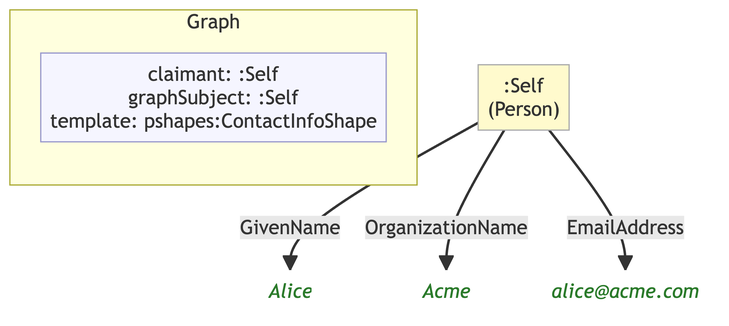
Earlier version of the Mermaid export example/graphs/images/graph-16.png (MeeFoundation/mia-ontologies). Its source is kept beside it as example/graphs/images/graph-16.mmd.
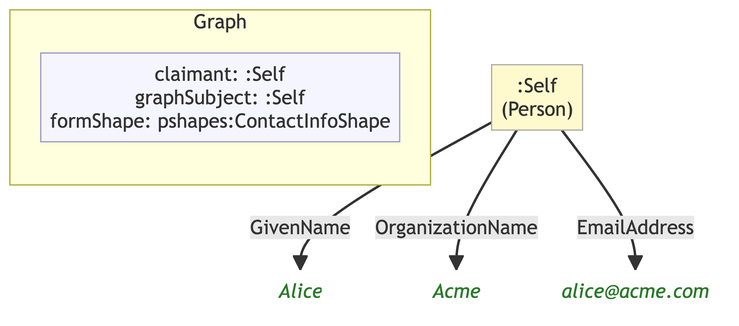
The same diagram one commit later.

The edit, as a diff of the source:
```diff
@@ -7,14 +7,14 @@
 
     subgraph ctx["Graph"]
         direction LR
-        ctx_meta["claimant: :Self\ngraphSubject: :Self\ntemplate: pshapes:ContactInfoShape"]:::meta
+        ctx_meta["claimant: :Self\ngraphSubject: :Self\nformShape: pshapes:ContactInfoShape"]:::meta
     end
 
-    ne0c3ba92f1db[":Self\n(Person)"]:::person
-    na6f64a1e6041("Alice"):::lit
-    nded92a2658af("Acme"):::lit
-    n2c895113ca03("alice@acme.com"):::lit
+    n655e442e50be[":Self\n(Person)"]:::person
+    nc8f9b063e87e("Alice"):::lit
+    n9d125cffa7cc("Acme"):::lit
+    nedd8ec537d86("alice@acme.com"):::lit
 
-    ne0c3ba92f1db -->|"GivenName"| na6f64a1e6041
-    ne0c3ba92f1db -->|"OrganizationName"| nded92a2658af
-    ne0c3ba92f1db -->|"EmailAddress"| n2c895113ca03
+    n655e442e50be -->|"GivenName"| nc8f9b063e87e
+    n655e442e50be -->|"OrganizationName"| n9d125cffa7cc
+    n655e442e50be -->|"EmailAddress"| nedd8ec537d86
```
